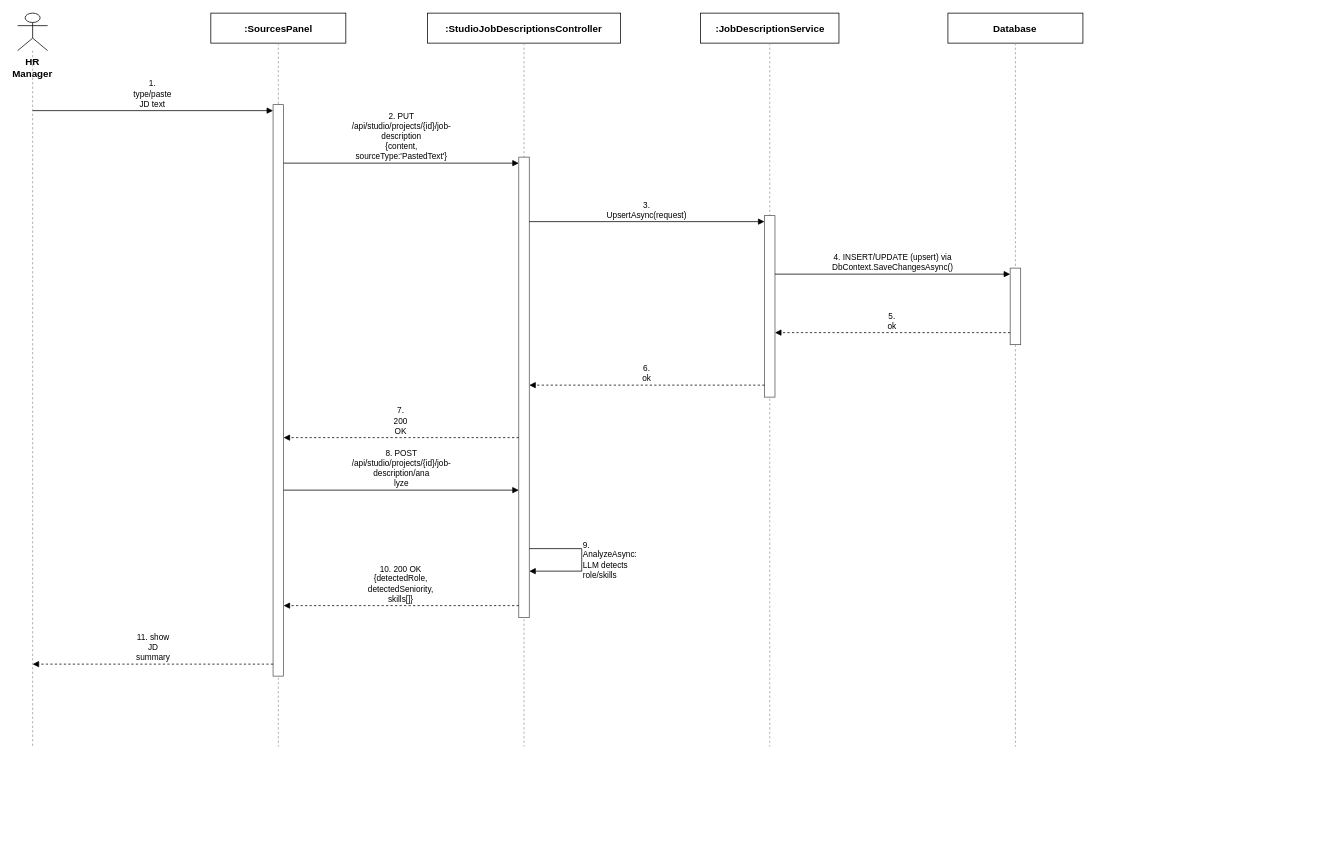
Above: docs/qa/Nam_SequenceDiagram/Report4_SequenceDiagram_JobDescriptionManagement_CreateJD_Text.drawio in tulklk/AI_Interview_Question_Generation_RAG_LLM_FE (draw.io), before the change. Source tidied: cells renumbered, new cells numbered last; positions are measured from the earlier drawing's top-left corner, leaving out a move shared by most shapes. Both pictures are drawn from the tidied source at 75%, with x=0, y=0 at pixel (17, 13).
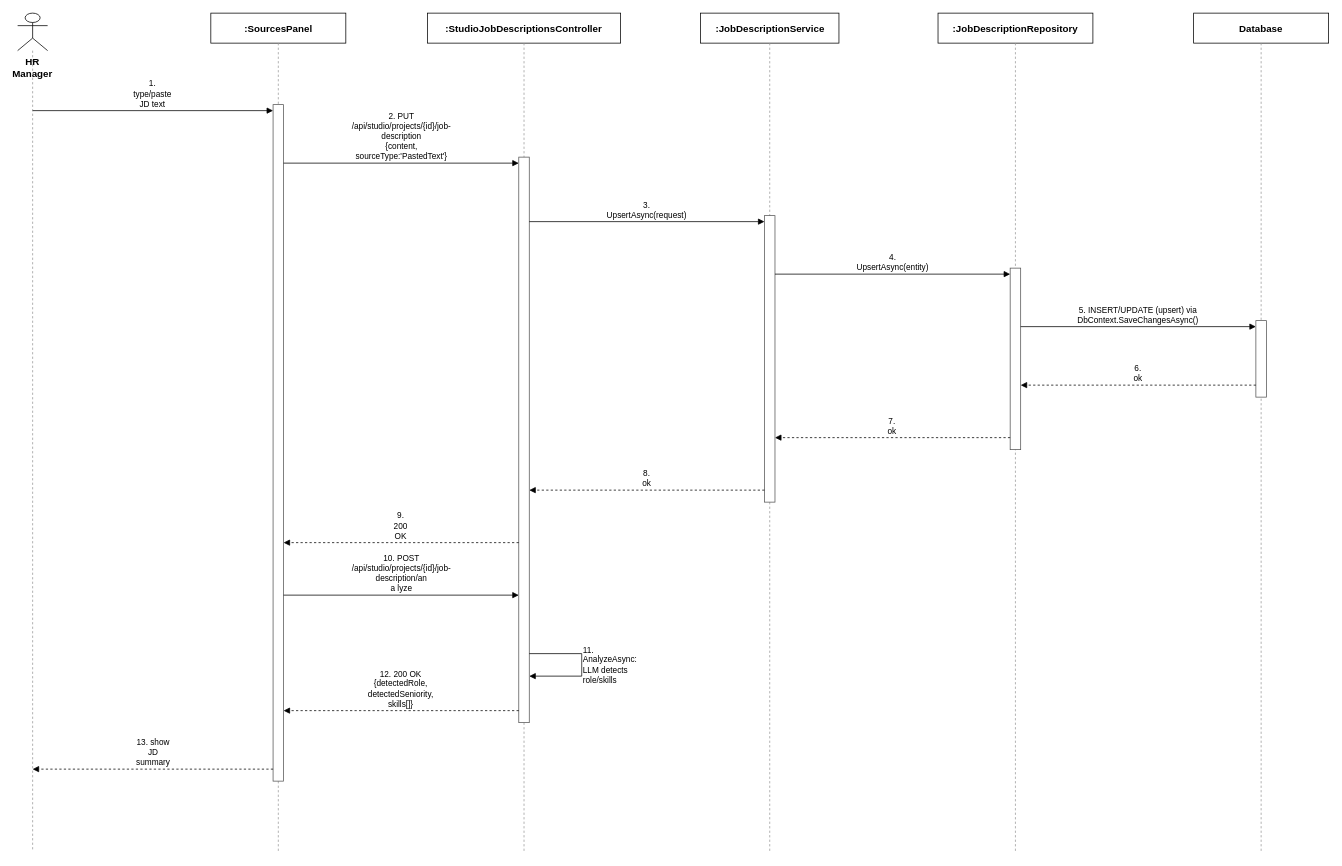
After the change.

What changed in the source:
```diff
@@
     <mxCell id="3" style="endArrow=none;dashed=1;html=1;strokeColor=#999999;" parent="1" edge="1">
       <mxGeometry relative="1" as="geometry">
         <mxPoint x="20" y="50" as="sourcePoint" />
-        <mxPoint x="20" y="978" as="targetPoint" />
+        <mxPoint x="20" y="1118" as="targetPoint" />
       </mxGeometry>
     </mxCell>
@@
     <mxCell id="5" style="endArrow=none;dashed=1;html=1;strokeColor=#999999;" parent="1" edge="1">
       <mxGeometry relative="1" as="geometry">
         <mxPoint x="347.6" y="40" as="sourcePoint" />
-        <mxPoint x="347.6" y="978" as="targetPoint" />
+        <mxPoint x="347.6" y="1118" as="targetPoint" />
       </mxGeometry>
     </mxCell>
@@
     <mxCell id="7" style="endArrow=none;dashed=1;html=1;strokeColor=#999999;" parent="1" edge="1">
       <mxGeometry relative="1" as="geometry">
         <mxPoint x="675.2" y="40" as="sourcePoint" />
-        <mxPoint x="675.2" y="978" as="targetPoint" />
+        <mxPoint x="675.2" y="1118" as="targetPoint" />
       </mxGeometry>
     </mxCell>
@@
     <mxCell id="9" style="endArrow=none;dashed=1;html=1;strokeColor=#999999;" parent="1" edge="1">
       <mxGeometry relative="1" as="geometry">
         <mxPoint x="1002.8" y="40" as="sourcePoint" />
-        <mxPoint x="1002.8" y="978" as="targetPoint" />
+        <mxPoint x="1002.8" y="1118" as="targetPoint" />
       </mxGeometry>
     </mxCell>
-    <mxCell id="10" value="Database" style="rounded=0;whiteSpace=wrap;html=1;fontSize=13;fillColor=#ffffff;strokeColor=#000000;fontStyle=1;" parent="1" vertex="1">
-      <mxGeometry x="1240.4" width="180" height="40" as="geometry" />
+    <mxCell id="10" value=":JobDescriptionRepository" style="rounded=0;whiteSpace=wrap;html=1;fontSize=13;fillColor=#ffffff;strokeColor=#000000;fontStyle=1;" parent="1" vertex="1">
+      <mxGeometry x="1227.2" width="206.5" height="40" as="geometry" />
     </mxCell>
     <mxCell id="11" style="endArrow=none;dashed=1;html=1;strokeColor=#999999;" parent="1" edge="1">
       <mxGeometry relative="1" as="geometry">
         <mxPoint x="1330.4" y="40" as="sourcePoint" />
-        <mxPoint x="1330.4" y="978" as="targetPoint" />
+        <mxPoint x="1330.4" y="1118" as="targetPoint" />
       </mxGeometry>
     </mxCell>
-    <mxCell id="12" style="rounded=0;whiteSpace=wrap;html=1;fillColor=#ffffff;strokeColor=#555555;" parent="1" vertex="1">
-      <mxGeometry x="340.6" y="122" width="14" height="762" as="geometry" />
+    <mxCell id="12" value="Database" style="rounded=0;whiteSpace=wrap;html=1;fontSize=13;fillColor=#ffffff;strokeColor=#000000;fontStyle=1;" parent="1" vertex="1">
+      <mxGeometry x="1568" width="180" height="40" as="geometry" />
     </mxCell>
-    <mxCell id="13" style="rounded=0;whiteSpace=wrap;html=1;fillColor=#ffffff;strokeColor=#555555;" parent="1" vertex="1">
-      <mxGeometry x="668.2" y="192" width="14" height="614" as="geometry" />
+    <mxCell id="13" style="endArrow=none;dashed=1;html=1;strokeColor=#999999;" parent="1" edge="1">
+      <mxGeometry relative="1" as="geometry">
+        <mxPoint x="1658" y="40" as="sourcePoint" />
+        <mxPoint x="1658" y="1118" as="targetPoint" />
+      </mxGeometry>
     </mxCell>
     <mxCell id="14" style="rounded=0;whiteSpace=wrap;html=1;fillColor=#ffffff;strokeColor=#555555;" parent="1" vertex="1">
-      <mxGeometry x="995.8" y="270" width="14" height="242" as="geometry" />
+      <mxGeometry x="340.6" y="122" width="14" height="902" as="geometry" />
     </mxCell>
     <mxCell id="15" style="rounded=0;whiteSpace=wrap;html=1;fillColor=#ffffff;strokeColor=#555555;" parent="1" vertex="1">
-      <mxGeometry x="1323.4" y="340" width="14" height="102" as="geometry" />
+      <mxGeometry x="668.2" y="192" width="14" height="754" as="geometry" />
     </mxCell>
-    <mxCell id="16" value="1. type/paste JD text" style="endArrow=block;endFill=1;html=1;whiteSpace=wrap;fontSize=11;align=center;verticalAlign=bottom;labelBackgroundColor=#ffffff;strokeColor=#000000;" parent="1" edge="1">
-      <mxGeometry relative="1" as="geometry">
-        <mxPoint x="20" y="130" as="sourcePoint" />
-        <mxPoint x="340.6" y="130" as="targetPoint" />
-      </mxGeometry>
+    <mxCell id="16" style="rounded=0;whiteSpace=wrap;html=1;fillColor=#ffffff;strokeColor=#555555;" parent="1" vertex="1">
+      <mxGeometry x="995.8" y="270" width="14" height="382" as="geometry" />
     </mxCell>
-    <mxCell id="17" value="2. PUT /api/studio/projects/{id}/job-description&lt;br&gt;{content, sourceType:'PastedText'}" style="endArrow=block;endFill=1;html=1;whiteSpace=wrap;fontSize=11;align=center;verticalAlign=bottom;labelBackgroundColor=#ffffff;strokeColor=#000000;" parent="1" edge="1">
-      <mxGeometry relative="1" as="geometry">
-        <mxPoint x="354.6" y="200" as="sourcePoint" />
-        <mxPoint x="668.2" y="200" as="targetPoint" />
-      </mxGeometry>
+    <mxCell id="17" style="rounded=0;whiteSpace=wrap;html=1;fillColor=#ffffff;strokeColor=#555555;" parent="1" vertex="1">
+      <mxGeometry x="1323.4" y="340" width="14" height="242" as="geometry" />
     </mxCell>
-    <mxCell id="18" value="3. UpsertAsync(request)" style="endArrow=block;endFill=1;html=1;whiteSpace=wrap;fontSize=11;align=center;verticalAlign=bottom;labelBackgroundColor=#ffffff;strokeColor=#000000;" parent="1" edge="1">
-      <mxGeometry relative="1" as="geometry">
-        <mxPoint x="682.2" y="278" as="sourcePoint" />
-        <mxPoint x="995.8" y="278" as="targetPoint" />
-      </mxGeometry>
+    <mxCell id="18" style="rounded=0;whiteSpace=wrap;html=1;fillColor=#ffffff;strokeColor=#555555;" parent="1" vertex="1">
+      <mxGeometry x="1651" y="410" width="14" height="102" as="geometry" />
     </mxCell>
-    <mxCell id="19" value="4. INSERT/UPDATE (upsert) via&lt;br&gt;DbContext.SaveChangesAsync()" style="endArrow=block;endFill=1;html=1;whiteSpace=wrap;fontSize=11;align=center;verticalAlign=bottom;labelBackgroundColor=#ffffff;strokeColor=#000000;" parent="1" edge="1">
+    <mxCell id="19" value="1. type/paste JD text" style="endArrow=block;endFill=1;html=1;whiteSpace=wrap;fontSize=11;align=center;verticalAlign=bottom;labelBackgroundColor=#ffffff;strokeColor=#000000;" parent="1" edge="1">
       <mxGeometry relative="1" as="geometry">
-        <mxPoint x="1009.8" y="348" as="sourcePoint" />
-        <mxPoint x="1323.4" y="348" as="targetPoint" />
+        <mxPoint x="20" y="130" as="sourcePoint" />
+        <mxPoint x="340.6" y="130" as="targetPoint" />
       </mxGeometry>
     </mxCell>
-    <mxCell id="20" value="5. ok" style="endArrow=block;endFill=1;html=1;whiteSpace=wrap;dashed=1;fontSize=11;align=center;verticalAlign=bottom;labelBackgroundColor=#ffffff;strokeColor=#000000;" parent="1" edge="1">
+    <mxCell id="20" value="2. PUT /api/studio/projects/{id}/job-description&lt;br&gt;{content, sourceType:'PastedText'}" style="endArrow=block;endFill=1;html=1;whiteSpace=wrap;fontSize=11;align=center;verticalAlign=bottom;labelBackgroundColor=#ffffff;strokeColor=#000000;" parent="1" edge="1">
       <mxGeometry relative="1" as="geometry">
-        <mxPoint x="1323.4" y="426" as="sourcePoint" />
-        <mxPoint x="1009.8" y="426" as="targetPoint" />
+        <mxPoint x="354.6" y="200" as="sourcePoint" />
+        <mxPoint x="668.2" y="200" as="targetPoint" />
       </mxGeometry>
     </mxCell>
-    <mxCell id="21" value="6. ok" style="endArrow=block;endFill=1;html=1;whiteSpace=wrap;dashed=1;fontSize=11;align=center;verticalAlign=bottom;labelBackgroundColor=#ffffff;strokeColor=#000000;" parent="1" edge="1">
+    <mxCell id="21" value="3. UpsertAsync(request)" style="endArrow=block;endFill=1;html=1;whiteSpace=wrap;fontSize=11;align=center;verticalAlign=bottom;labelBackgroundColor=#ffffff;strokeColor=#000000;" parent="1" edge="1">
       <mxGeometry relative="1" as="geometry">
-        <mxPoint x="995.8" y="496" as="sourcePoint" />
-        <mxPoint x="682.2" y="496" as="targetPoint" />
+        <mxPoint x="682.2" y="278" as="sourcePoint" />
+        <mxPoint x="995.8" y="278" as="targetPoint" />
       </mxGeometry>
     </mxCell>
-    <mxCell id="22" value="7. 200 OK" style="endArrow=block;endFill=1;html=1;whiteSpace=wrap;dashed=1;fontSize=11;align=center;verticalAlign=bottom;labelBackgroundColor=#ffffff;strokeColor=#000000;" parent="1" edge="1">
+    <mxCell id="22" value="4. UpsertAsync(entity)" style="endArrow=block;endFill=1;html=1;whiteSpace=wrap;fontSize=11;align=center;verticalAlign=bottom;labelBackgroundColor=#ffffff;strokeColor=#000000;" parent="1" edge="1">
       <mxGeometry relative="1" as="geometry">
-        <mxPoint x="668.2" y="566" as="sourcePoint" />
-        <mxPoint x="354.6" y="566" as="targetPoint" />
+        <mxPoint x="1009.8" y="348" as="sourcePoint" />
+        <mxPoint x="1323.4" y="348" as="targetPoint" />
       </mxGeometry>
     </mxCell>
-    <mxCell id="23" value="8. POST /api/studio/projects/{id}/job-description/ana&lt;br&gt;lyze" style="endArrow=block;endFill=1;html=1;whiteSpace=wrap;fontSize=11;align=center;verticalAlign=bottom;labelBackgroundColor=#ffffff;strokeColor=#000000;" parent="1" edge="1">
+    <mxCell id="23" value="5. INSERT/UPDATE (upsert) via&lt;br&gt;DbContext.SaveChangesAsync()" style="endArrow=block;endFill=1;html=1;whiteSpace=wrap;fontSize=11;align=center;verticalAlign=bottom;labelBackgroundColor=#ffffff;strokeColor=#000000;" parent="1" edge="1">
       <mxGeometry relative="1" as="geometry">
-        <mxPoint x="354.6" y="636" as="sourcePoint" />
-        <mxPoint x="668.2" y="636" as="targetPoint" />
+        <mxPoint x="1337.4" y="418" as="sourcePoint" />
+        <mxPoint x="1651" y="418" as="targetPoint" />
       </mxGeometry>
     </mxCell>
-    <mxCell id="24" value="9. AnalyzeAsync: LLM detects role/skills" style="endArrow=block;endFill=1;html=1;whiteSpace=wrap;fontSize=11;align=left;verticalAlign=middle;labelBackgroundColor=#ffffff;rounded=0;strokeColor=#000000;" parent="1" edge="1">
+    <mxCell id="24" value="6. ok" style="endArrow=block;endFill=1;html=1;whiteSpace=wrap;dashed=1;fontSize=11;align=center;verticalAlign=bottom;labelBackgroundColor=#ffffff;strokeColor=#000000;" parent="1" edge="1">
       <mxGeometry relative="1" as="geometry">
-        <mxPoint x="682.2" y="714" as="sourcePoint" />
-        <mxPoint x="682.2" y="744" as="targetPoint" />
-        <Array as="points">
-          <mxPoint x="752.2" y="714" />
-          <mxPoint x="752.2" y="744" />
-        </Array>
+        <mxPoint x="1651" y="496" as="sourcePoint" />
+        <mxPoint x="1337.4" y="496" as="targetPoint" />
       </mxGeometry>
     </mxCell>
-    <mxCell id="25" value="10. 200 OK {detectedRole, detectedSeniority,&lt;br&gt;skills[]}" style="endArrow=block;endFill=1;html=1;whiteSpace=wrap;dashed=1;fontSize=11;align=center;verticalAlign=bottom;labelBackgroundColor=#ffffff;strokeColor=#000000;" parent="1" edge="1">
+    <mxCell id="25" value="7. ok" style="endArrow=block;endFill=1;html=1;whiteSpace=wrap;dashed=1;fontSize=11;align=center;verticalAlign=bottom;labelBackgroundColor=#ffffff;strokeColor=#000000;" parent="1" edge="1">
       <mxGeometry relative="1" as="geometry">
-        <mxPoint x="668.2" y="790" as="sourcePoint" />
-        <mxPoint x="354.6" y="790" as="targetPoint" />
+        <mxPoint x="1323.4" y="566" as="sourcePoint" />
+        <mxPoint x="1009.8" y="566" as="targetPoint" />
       </mxGeometry>
     </mxCell>
-    <mxCell id="26" value="11. show JD summary" style="endArrow=block;endFill=1;html=1;whiteSpace=wrap;dashed=1;fontSize=11;align=center;verticalAlign=bottom;labelBackgroundColor=#ffffff;strokeColor=#000000;" parent="1" edge="1">
+    <mxCell id="26" value="8. ok" style="endArrow=block;endFill=1;html=1;whiteSpace=wrap;dashed=1;fontSize=11;align=center;verticalAlign=bottom;labelBackgroundColor=#ffffff;strokeColor=#000000;" parent="1" edge="1">
       <mxGeometry relative="1" as="geometry">
-        <mxPoint x="340.6" y="868" as="sourcePoint" />
-        <mxPoint x="20" y="868" as="targetPoint" />
+        <mxPoint x="995.8" y="636" as="sourcePoint" />
+        <mxPoint x="682.2" y="636" as="targetPoint" />
       </mxGeometry>
     </mxCell>
+    <mxCell id="27" value="9. 200 OK" style="endArrow=block;endFill=1;html=1;whiteSpace=wrap;dashed=1;fontSize=11;align=center;verticalAlign=bottom;labelBackgroundColor=#ffffff;strokeColor=#000000;" parent="1" edge="1">
+      <mxGeometry relative="1" as="geometry">
+        <mxPoint x="668.2" y="706" as="sourcePoint" />
+        <mxPoint x="354.6" y="706" as="targetPoint" />
+      </mxGeometry>
+    </mxCell>
+    <mxCell id="28" value="10. POST /api/studio/projects/{id}/job-description/an&lt;br&gt;a lyze" style="endArrow=block;endFill=1;html=1;whiteSpace=wrap;fontSize=11;align=center;verticalAlign=bottom;labelBackgroundColor=#ffffff;strokeColor=#000000;" parent="1" edge="1">
+      <mxGeometry relative="1" as="geometry">
+        <mxPoint x="354.6" y="776" as="sourcePoint" />
+        <mxPoint x="668.2" y="776" as="targetPoint" />
+      </mxGeometry>
+    </mxCell>
+    <mxCell id="29" value="11. AnalyzeAsync: LLM detects role/skills" style="endArrow=block;endFill=1;html=1;whiteSpace=wrap;fontSize=11;align=left;verticalAlign=middle;labelBackgroundColor=#ffffff;rounded=0;strokeColor=#000000;" parent="1" edge="1">
+      <mxGeometry relative="1" as="geometry">
+        <mxPoint x="682.2" y="854" as="sourcePoint" />
+        <mxPoint x="682.2" y="884" as="targetPoint" />
+        <Array as="points">
+          <mxPoint x="752.2" y="854" />
+          <mxPoint x="752.2" y="884" />
+        </Array>
+      </mxGeometry>
+    </mxCell>
+    <mxCell id="30" value="12. 200 OK {detectedRole, detectedSeniority,&lt;br&gt;skills[]}" style="endArrow=block;endFill=1;html=1;whiteSpace=wrap;dashed=1;fontSize=11;align=center;verticalAlign=bottom;labelBackgroundColor=#ffffff;strokeColor=#000000;" parent="1" edge="1">
+      <mxGeometry relative="1" as="geometry">
+        <mxPoint x="668.2" y="930" as="sourcePoint" />
+        <mxPoint x="354.6" y="930" as="targetPoint" />
+      </mxGeometry>
+    </mxCell>
+    <mxCell id="31" value="13. show JD summary" style="endArrow=block;endFill=1;html=1;whiteSpace=wrap;dashed=1;fontSize=11;align=center;verticalAlign=bottom;labelBackgroundColor=#ffffff;strokeColor=#000000;" parent="1" edge="1">
+      <mxGeometry relative="1" as="geometry">
+        <mxPoint x="340.6" y="1008" as="sourcePoint" />
+        <mxPoint x="20" y="1008" as="targetPoint" />
+      </mxGeometry>
+    </mxCell>
```
